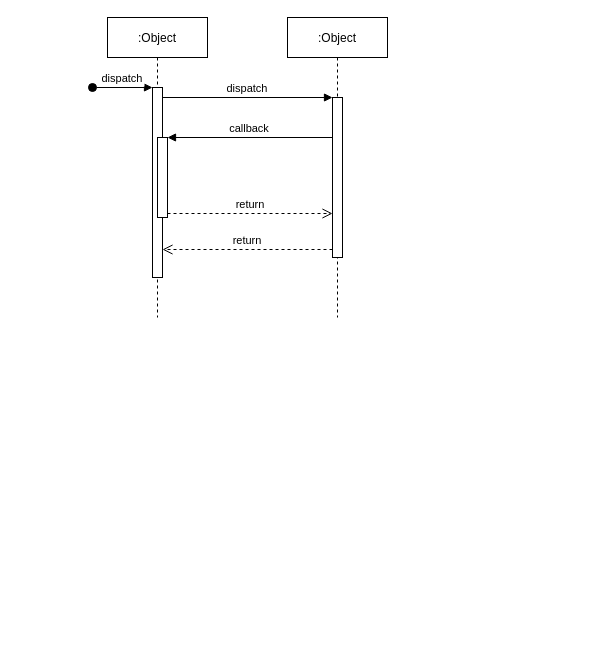
The draw.io diagram dm_EsSalud.drawio in VicManX/diagramas, before the edit. Source tidied: cells renumbered, new cells numbered last; positions are measured from the earlier drawing's top-left corner, leaving out a move shared by most shapes. Both pictures are drawn from the tidied source at 100%, with x=0, y=0 at pixel (92, 17).
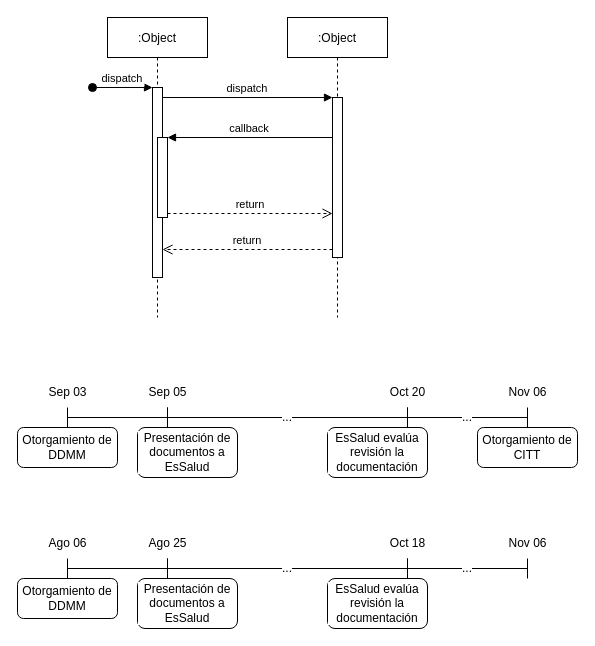
After the change.

What changed in the source:
```diff
@@
+    <mxCell id="12" style="shape=crossbar;whiteSpace=wrap;html=1;rounded=1;" parent="1" vertex="1">
+      <mxGeometry x="-25" y="390" width="100" height="20" as="geometry" />
+    </mxCell>
+    <mxCell id="13" value="..." style="shape=crossbar;whiteSpace=wrap;html=1;rounded=1;labelBackgroundColor=default;verticalAlign=middle;" parent="1" vertex="1">
+      <mxGeometry x="75" y="390" width="240" height="20" as="geometry" />
+    </mxCell>
+    <mxCell id="14" value="..." style="shape=crossbar;whiteSpace=wrap;html=1;rounded=1;labelBackgroundColor=default;" parent="1" vertex="1">
+      <mxGeometry x="315" y="390" width="120" height="20" as="geometry" />
+    </mxCell>
+    <mxCell id="15" value="Sep 03" style="text;html=1;align=center;verticalAlign=middle;strokeColor=none;fillColor=none;" parent="1" vertex="1">
+      <mxGeometry x="-55" y="360" width="60" height="30" as="geometry" />
+    </mxCell>
+    <mxCell id="16" value="Sep 05" style="text;html=1;align=center;verticalAlign=middle;strokeColor=none;fillColor=none;" parent="1" vertex="1">
+      <mxGeometry x="45" y="360" width="60" height="30" as="geometry" />
+    </mxCell>
+    <mxCell id="17" value="Otorgamiento de DDMM" style="rounded=1;whiteSpace=wrap;html=1;labelBackgroundColor=default;" parent="1" vertex="1">
+      <mxGeometry x="-75" y="410" width="100" height="40" as="geometry" />
+    </mxCell>
+    <mxCell id="18" value="Presentación de documentos a EsSalud" style="rounded=1;whiteSpace=wrap;html=1;labelBackgroundColor=default;" parent="1" vertex="1">
+      <mxGeometry x="45" y="410" width="100" height="50" as="geometry" />
+    </mxCell>
+    <mxCell id="19" value="Oct 20" style="text;html=1;align=center;verticalAlign=middle;strokeColor=none;fillColor=none;" parent="1" vertex="1">
+      <mxGeometry x="285" y="360" width="60" height="30" as="geometry" />
+    </mxCell>
+    <mxCell id="20" value="EsSalud evalúa revisión la documentación" style="rounded=1;whiteSpace=wrap;html=1;labelBackgroundColor=default;" parent="1" vertex="1">
+      <mxGeometry x="235" y="410" width="100" height="50" as="geometry" />
+    </mxCell>
+    <mxCell id="21" value="Nov 06" style="text;html=1;align=center;verticalAlign=middle;strokeColor=none;fillColor=none;" parent="1" vertex="1">
+      <mxGeometry x="405" y="360" width="60" height="30" as="geometry" />
+    </mxCell>
+    <mxCell id="22" value="Otorgamiento de CITT" style="rounded=1;whiteSpace=wrap;html=1;labelBackgroundColor=default;" parent="1" vertex="1">
+      <mxGeometry x="385" y="410" width="100" height="40" as="geometry" />
+    </mxCell>
+    <mxCell id="23" style="shape=crossbar;whiteSpace=wrap;html=1;rounded=1;" parent="1" vertex="1">
+      <mxGeometry x="-25" y="541" width="100" height="20" as="geometry" />
+    </mxCell>
+    <mxCell id="24" value="..." style="shape=crossbar;whiteSpace=wrap;html=1;rounded=1;labelBackgroundColor=default;verticalAlign=middle;" parent="1" vertex="1">
+      <mxGeometry x="75" y="541" width="240" height="20" as="geometry" />
+    </mxCell>
+    <mxCell id="25" value="..." style="shape=crossbar;whiteSpace=wrap;html=1;rounded=1;labelBackgroundColor=default;" parent="1" vertex="1">
+      <mxGeometry x="315" y="541" width="120" height="20" as="geometry" />
+    </mxCell>
+    <mxCell id="26" value="Ago 06" style="text;html=1;align=center;verticalAlign=middle;strokeColor=none;fillColor=none;" parent="1" vertex="1">
+      <mxGeometry x="-55" y="511" width="60" height="30" as="geometry" />
+    </mxCell>
+    <mxCell id="27" value="Ago 25" style="text;html=1;align=center;verticalAlign=middle;strokeColor=none;fillColor=none;" parent="1" vertex="1">
+      <mxGeometry x="45" y="511" width="60" height="30" as="geometry" />
+    </mxCell>
+    <mxCell id="28" value="Otorgamiento de DDMM" style="rounded=1;whiteSpace=wrap;html=1;labelBackgroundColor=default;" parent="1" vertex="1">
+      <mxGeometry x="-75" y="561" width="100" height="40" as="geometry" />
+    </mxCell>
+    <mxCell id="29" value="Presentación de documentos a EsSalud" style="rounded=1;whiteSpace=wrap;html=1;labelBackgroundColor=default;" parent="1" vertex="1">
+      <mxGeometry x="45" y="561" width="100" height="50" as="geometry" />
+    </mxCell>
+    <mxCell id="30" value="Oct 18" style="text;html=1;align=center;verticalAlign=middle;strokeColor=none;fillColor=none;" parent="1" vertex="1">
+      <mxGeometry x="285" y="511" width="60" height="30" as="geometry" />
+    </mxCell>
+    <mxCell id="31" value="EsSalud evalúa revisión la documentación" style="rounded=1;whiteSpace=wrap;html=1;labelBackgroundColor=default;" parent="1" vertex="1">
+      <mxGeometry x="235" y="561" width="100" height="50" as="geometry" />
+    </mxCell>
+    <mxCell id="32" value="Nov 06" style="text;html=1;align=center;verticalAlign=middle;strokeColor=none;fillColor=none;" parent="1" vertex="1">
+      <mxGeometry x="405" y="511" width="60" height="30" as="geometry" />
+    </mxCell>
```
